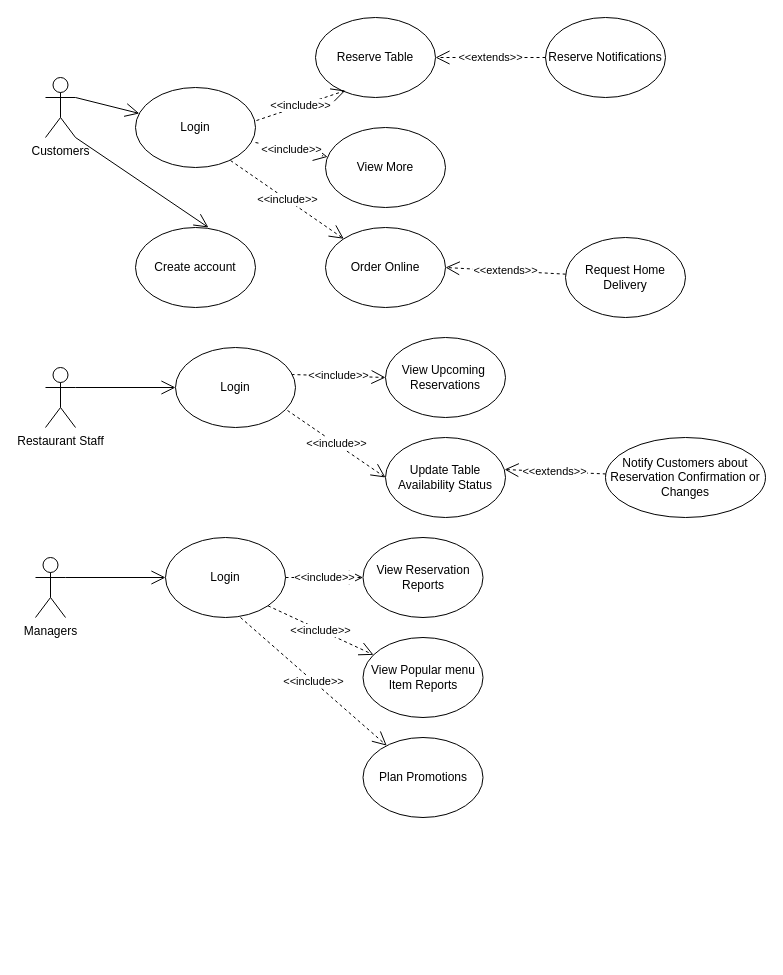
This is diagram_Test08052025.drawio from NgoAnhThanThien/thanthien123, a draw.io file, before an edit. Source tidied: cells renumbered, new cells numbered last; positions are measured from the earlier drawing's top-left corner, leaving out a move shared by most shapes. Both pictures are drawn from the tidied source at 100%, with x=0, y=0 at pixel (35, 17).
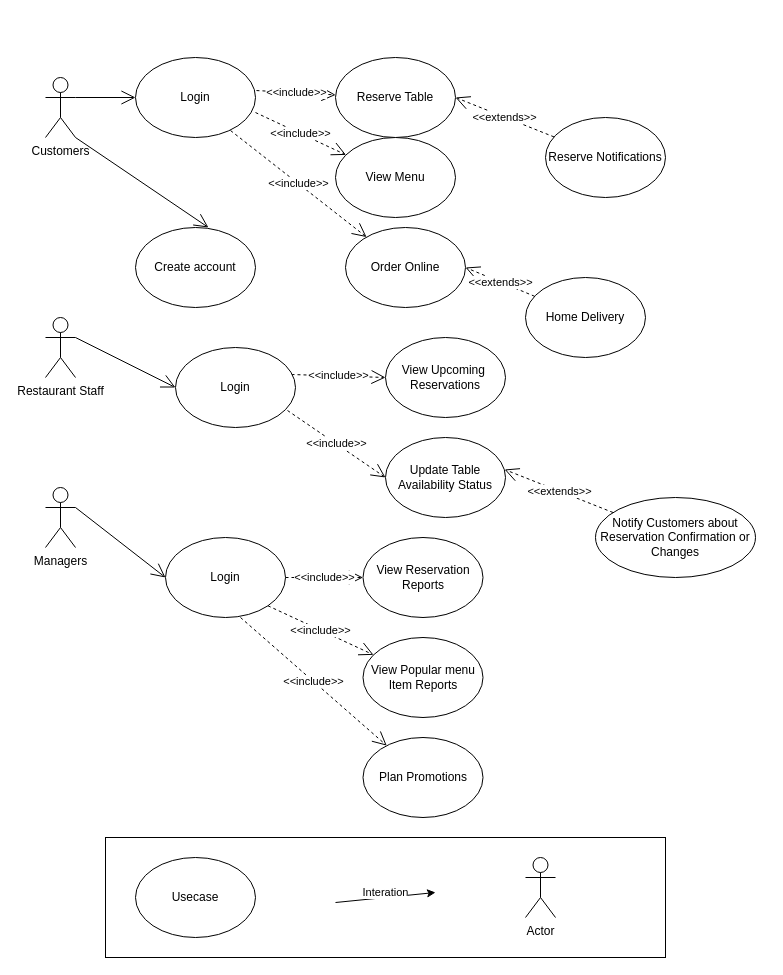
The same page after the edit.

The change refers to these unchanged cells:
```xml
<mxCell id="25" value="Login" style="ellipse;whiteSpace=wrap;html=1;" parent="1" vertex="1">
  <mxGeometry x="140" y="330" width="120" height="80" as="geometry" />
</mxCell>
<mxCell id="27" value="Login" style="ellipse;whiteSpace=wrap;html=1;" parent="1" vertex="1">
  <mxGeometry x="130" y="520" width="120" height="80" as="geometry" />
</mxCell>
```

Change to the diagram source:
```diff
@@
     <mxCell id="4" value="Login" style="ellipse;whiteSpace=wrap;html=1;" parent="1" vertex="1">
-      <mxGeometry x="100" y="70" width="120" height="80" as="geometry" />
+      <mxGeometry x="100" y="40" width="120" height="80" as="geometry" />
     </mxCell>
     <mxCell id="5" value="Restaurant Staff" style="shape=umlActor;verticalLabelPosition=bottom;verticalAlign=top;html=1;outlineConnect=0;" parent="1" vertex="1">
-      <mxGeometry x="10" y="350" width="30" height="60" as="geometry" />
+      <mxGeometry x="10" y="300" width="30" height="60" as="geometry" />
     </mxCell>
@@
     <mxCell id="8" value="Reserve Table" style="ellipse;whiteSpace=wrap;html=1;" parent="1" vertex="1">
-      <mxGeometry x="280" width="120" height="80" as="geometry" />
+      <mxGeometry x="300" y="40" width="120" height="80" as="geometry" />
     </mxCell>
-    <mxCell id="9" value="View More" style="ellipse;whiteSpace=wrap;html=1;" parent="1" vertex="1">
-      <mxGeometry x="290" y="110" width="120" height="80" as="geometry" />
+    <mxCell id="9" value="View Menu" style="ellipse;whiteSpace=wrap;html=1;" parent="1" vertex="1">
+      <mxGeometry x="300" y="120" width="120" height="80" as="geometry" />
     </mxCell>
     <mxCell id="10" value="Order Online" style="ellipse;whiteSpace=wrap;html=1;" parent="1" vertex="1">
-      <mxGeometry x="290" y="210" width="120" height="80" as="geometry" />
+      <mxGeometry x="310" y="210" width="120" height="80" as="geometry" />
     </mxCell>
-    <mxCell id="11" value="&amp;lt;&amp;lt;include&amp;gt;&amp;gt;" style="endArrow=open;endSize=12;dashed=1;html=1;rounded=0;exitX=1.008;exitY=0.413;exitDx=0;exitDy=0;exitPerimeter=0;entryX=0.25;entryY=0.913;entryDx=0;entryDy=0;entryPerimeter=0;" parent="1" edge="1" source="4" target="8">
+    <mxCell id="11" value="&amp;lt;&amp;lt;include&amp;gt;&amp;gt;" style="endArrow=open;endSize=12;dashed=1;html=1;rounded=0;exitX=1.008;exitY=0.413;exitDx=0;exitDy=0;exitPerimeter=0;" parent="1" edge="1" source="4" target="8">
       <mxGeometry relative="1" as="geometry" />
     </mxCell>
@@
     <mxCell id="16" value="Reserve Notifications" style="ellipse;whiteSpace=wrap;html=1;" parent="1" vertex="1">
-      <mxGeometry x="510" width="120" height="80" as="geometry" />
+      <mxGeometry x="510" y="100" width="120" height="80" as="geometry" />
     </mxCell>
@@
-    <mxCell id="18" value="Request Home Delivery" style="ellipse;whiteSpace=wrap;html=1;" parent="1" vertex="1">
-      <mxGeometry x="530" y="220" width="120" height="80" as="geometry" />
+    <mxCell id="18" value="Home Delivery" style="ellipse;whiteSpace=wrap;html=1;" parent="1" vertex="1">
+      <mxGeometry x="490" y="260" width="120" height="80" as="geometry" />
     </mxCell>
@@
     <mxCell id="22" value="Notify Customers about Reservation Confirmation or Changes" style="ellipse;whiteSpace=wrap;html=1;" parent="1" vertex="1">
-      <mxGeometry x="570" y="420" width="160" height="80" as="geometry" />
+      <mxGeometry x="560" y="480" width="160" height="80" as="geometry" />
     </mxCell>
@@
     <mxCell id="24" value="Managers" style="shape=umlActor;verticalLabelPosition=bottom;verticalAlign=top;html=1;outlineConnect=0;" parent="1" vertex="1">
-      <mxGeometry y="540" width="30" height="60" as="geometry" />
+      <mxGeometry x="10" y="470" width="30" height="60" as="geometry" />
     </mxCell>
@@
-    <mxCell id="26" style="endArrow=open;endFill=1;endSize=12;html=1;rounded=0;entryX=0;entryY=0.5;entryDx=0;entryDy=0;exitX=1;exitY=0.3333333333333333;exitDx=0;exitDy=0;exitPerimeter=0;" parent="1" edge="1" target="25">
-      <mxGeometry relative="1" as="geometry">
-        <mxPoint x="40" y="370" as="sourcePoint" />
-      </mxGeometry>
+    <mxCell id="26" style="endArrow=open;endFill=1;endSize=12;html=1;rounded=0;entryX=0;entryY=0.5;entryDx=0;entryDy=0;exitX=1;exitY=0.3333333333333333;exitDx=0;exitDy=0;exitPerimeter=0;" parent="1" edge="1" source="5" target="25">
+      <mxGeometry relative="1" as="geometry" />
     </mxCell>
@@
-    <mxCell id="28" style="endArrow=open;endFill=1;endSize=12;html=1;rounded=0;entryX=0;entryY=0.5;entryDx=0;entryDy=0;exitX=1;exitY=0.3333333333333333;exitDx=0;exitDy=0;exitPerimeter=0;" parent="1" edge="1" target="27">
-      <mxGeometry relative="1" as="geometry">
-        <mxPoint x="30" y="560" as="sourcePoint" />
-      </mxGeometry>
+    <mxCell id="28" style="endArrow=open;endFill=1;endSize=12;html=1;rounded=0;entryX=0;entryY=0.5;entryDx=0;entryDy=0;exitX=1;exitY=0.3333333333333333;exitDx=0;exitDy=0;exitPerimeter=0;" parent="1" edge="1" source="24" target="27">
+      <mxGeometry relative="1" as="geometry" />
     </mxCell>
@@
+    <mxCell id="35" style="rounded=0;whiteSpace=wrap;html=1;" parent="1" vertex="1">
+      <mxGeometry x="70" y="820" width="560" height="120" as="geometry" />
+    </mxCell>
+    <mxCell id="36" value="Usecase" style="ellipse;whiteSpace=wrap;html=1;" parent="1" vertex="1">
+      <mxGeometry x="100" y="840" width="120" height="80" as="geometry" />
+    </mxCell>
+    <mxCell id="37" value="Interation" style="endArrow=classic;html=1;rounded=0;entryX=0.643;entryY=0.667;entryDx=0;entryDy=0;entryPerimeter=0;" parent="1" edge="1">
+      <mxGeometry x="0.01" y="5" relative="1" as="geometry">
+        <mxPoint x="300" y="885" as="sourcePoint" />
+        <mxPoint x="400" y="875" as="targetPoint" />
+      </mxGeometry>
+    </mxCell>
+    <mxCell id="38" value="Actor" style="shape=umlActor;verticalLabelPosition=bottom;verticalAlign=top;html=1;" parent="1" vertex="1">
+      <mxGeometry x="490" y="840" width="30" height="60" as="geometry" />
+    </mxCell>
```
